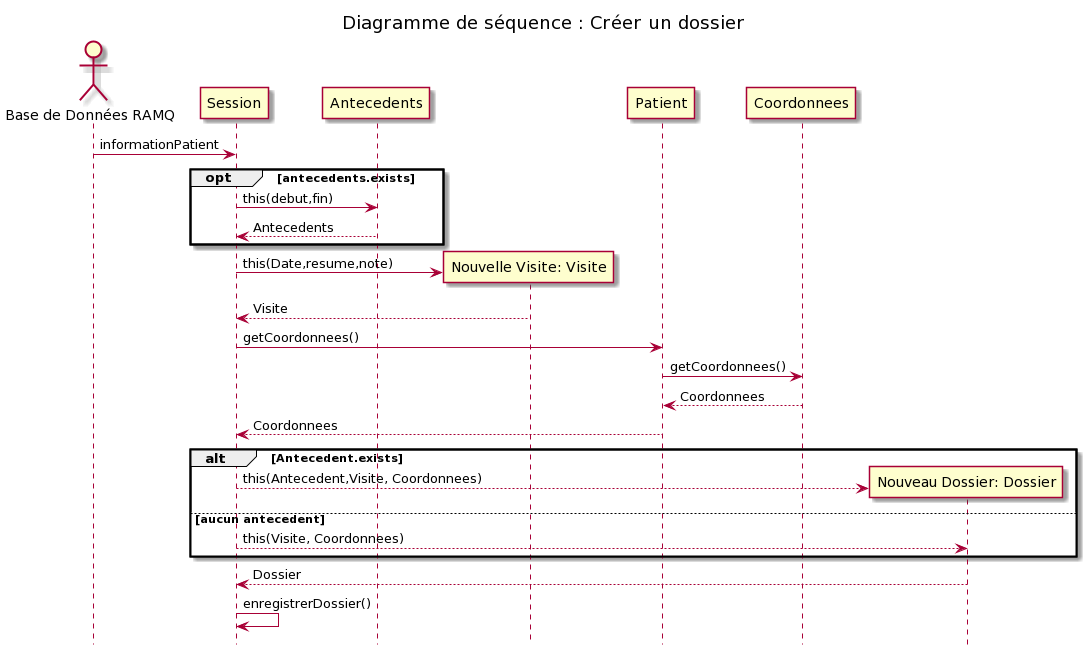
The PlantUML diagram models/Diagramme_Sequences/Creer_Dossier/creerDossier_DiagrammeSequence.png in fethiuqam/INF5153-Projet-Session, before a commit.
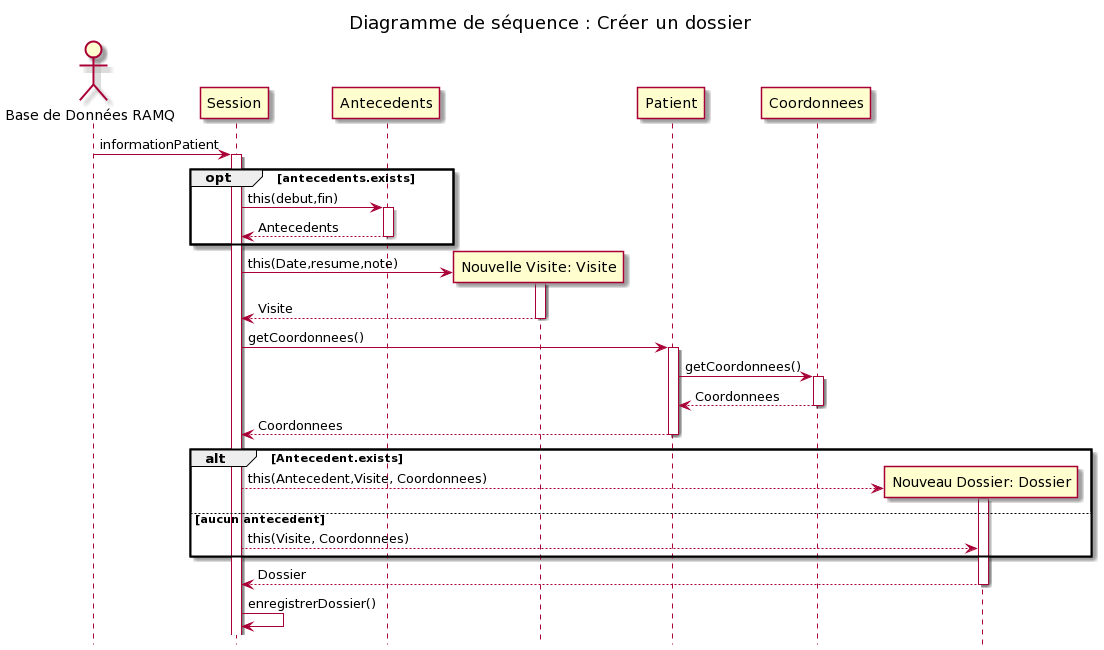
After the commit.

Change to the diagram source:
```diff
@@ -2,25 +2,36 @@
 title Diagramme de séquence : Créer un dossier
 actor "Base de Données RAMQ" as ram
 ram -> Session: informationPatient
+activate Session
 
 opt antecedents.exists
 Session -> Antecedents: this(debut,fin)
+activate Antecedents
 Antecedents --> Session: Antecedents
+deactivate Antecedents
 end
 create participant "Nouvelle Visite: Visite" as Visite
 Session -> Visite: this(Date,resume,note)
+activate Visite
 Visite --> Session: Visite
+deactivate Visite
 Session -> Patient: getCoordonnees()
+activate Patient
 Patient -> Coordonnees: getCoordonnees()
+activate Coordonnees
 Coordonnees --> Patient: Coordonnees
+deactivate Coordonnees
 Patient --> Session: Coordonnees
+deactivate Patient
 create participant "Nouveau Dossier: Dossier" as doss
 alt Antecedent.exists
 Session --> doss: this(Antecedent,Visite, Coordonnees)
+activate doss
 else aucun antecedent
 Session --> doss: this(Visite, Coordonnees)
 end
 doss --> Session: Dossier
+deactivate doss
 Session -> Session: enregistrerDossier()
 hidefootbox
 @enduml
```
